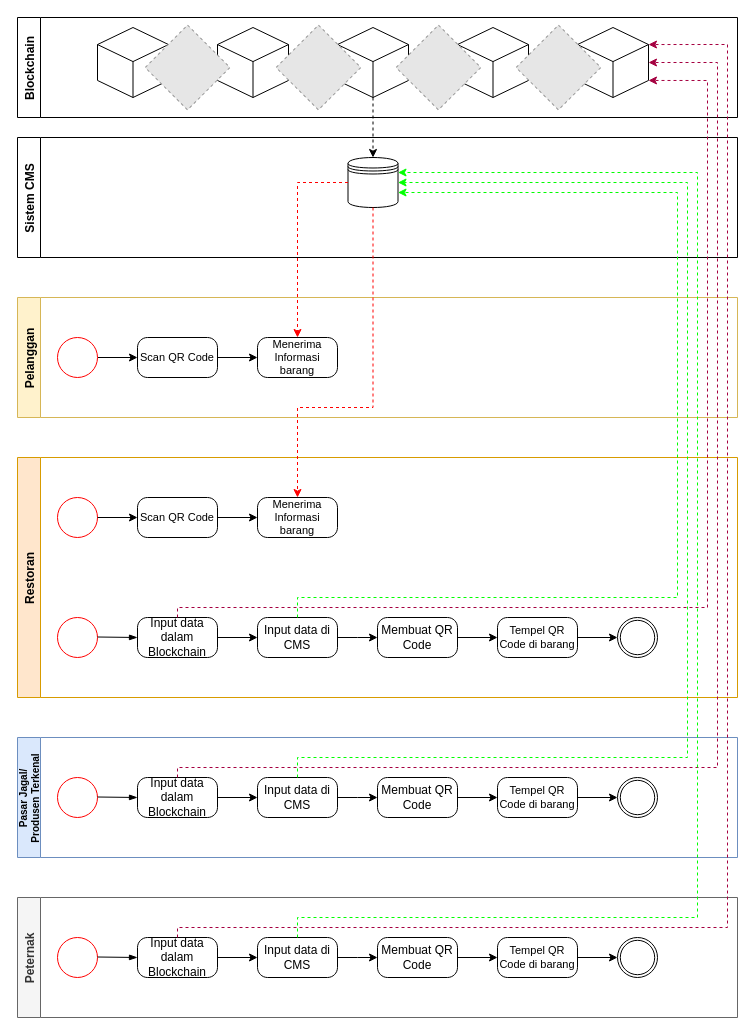
This is BPMN2_Ternak(No Fiesta).drawio from hanggaa/Diagram, a draw.io file, before an edit. Source tidied: cells renumbered, new cells numbered last; positions are measured from the earlier drawing's top-left corner, leaving out a move shared by most shapes. Both pictures are drawn from the tidied source at 100%, with x=0, y=0 at pixel (17, 17). Pictures stored in the file or linked from it are replaced by grey dashed boxes.
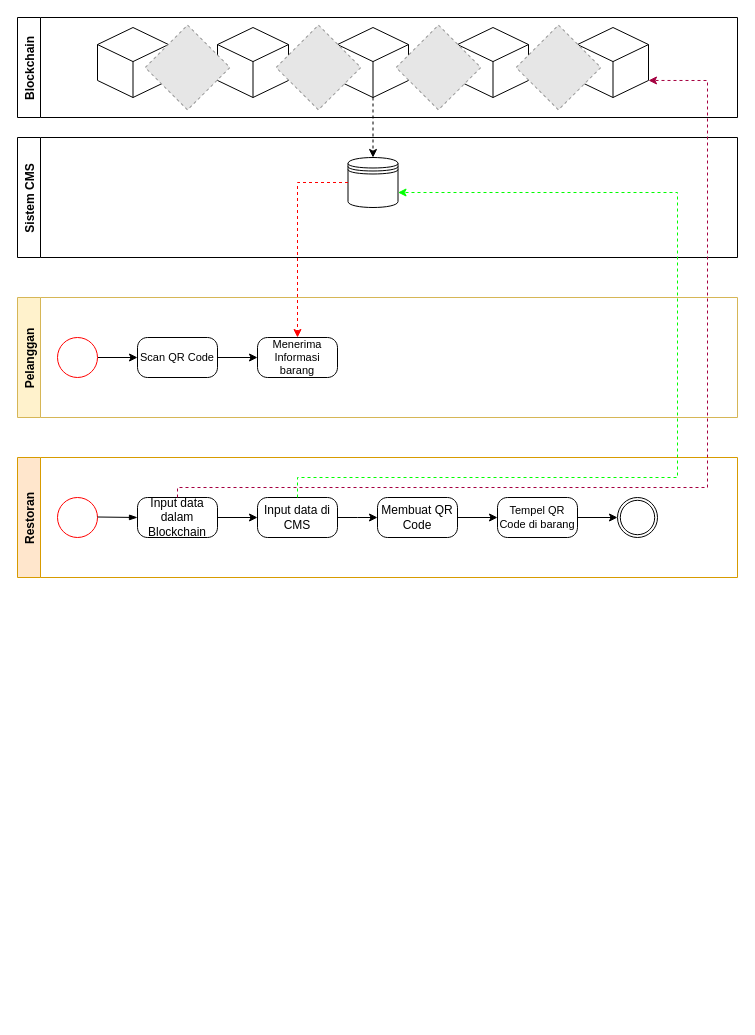
The same page after the edit.

Unchanged cells that the change refers to:
```xml
<mxCell id="32" style="shape=datastore;whiteSpace=wrap;html=1;labelPosition=center;verticalLabelPosition=bottom;align=center;verticalAlign=top;" parent="31" vertex="1">
  <mxGeometry x="330.5" y="20" width="50" height="50" as="geometry" />
</mxCell>
<mxCell id="38" style="html=1;whiteSpace=wrap;shape=isoCube2;backgroundOutline=1;isoAngle=15;" parent="33" vertex="1">
  <mxGeometry x="560" y="10" width="71" height="70" as="geometry" />
</mxCell>
```

What changed in the source:
```diff
@@
     <mxCell id="2" value="Restoran" style="swimlane;horizontal=0;startSize=23;fillColor=#ffe6cc;strokeColor=#d79b00;" parent="1" vertex="1">
-      <mxGeometry y="440" width="720" height="240" as="geometry" />
+      <mxGeometry y="440" width="720" height="120" as="geometry" />
     </mxCell>
     <mxCell id="3" style="ellipse;whiteSpace=wrap;html=1;strokeColor=#FF0000;" parent="2" vertex="1">
-      <mxGeometry x="40" y="160" width="40" height="40" as="geometry" />
+      <mxGeometry x="40" y="40" width="40" height="40" as="geometry" />
     </mxCell>
     <mxCell id="4" style="fontSize=12;html=1;endArrow=blockThin;endFill=1;rounded=0;entryX=0;entryY=0.5;entryDx=0;entryDy=0;entryPerimeter=0;" parent="2" edge="1">
       <mxGeometry relative="1" as="geometry">
-        <mxPoint x="80" y="179.5" as="sourcePoint" />
-        <mxPoint x="120" y="180" as="targetPoint" />
+        <mxPoint x="80" y="59.5" as="sourcePoint" />
+        <mxPoint x="120" y="60" as="targetPoint" />
       </mxGeometry>
     </mxCell>
     <mxCell id="5" value="Input data dalam Blockchain" style="points=[[0.25,0,0],[0.5,0,0],[0.75,0,0],[1,0.25,0],[1,0.5,0],[1,0.75,0],[0.75,1,0],[0.5,1,0],[0.25,1,0],[0,0.75,0],[0,0.5,0],[0,0.25,0]];shape=mxgraph.bpmn.task;whiteSpace=wrap;rectStyle=rounded;size=10;taskMarker=abstract;" parent="2" vertex="1">
-      <mxGeometry x="120" y="160" width="80" height="40" as="geometry" />
+      <mxGeometry x="120" y="40" width="80" height="40" as="geometry" />
     </mxCell>
     <mxCell id="6" style="edgeStyle=orthogonalEdgeStyle;rounded=0;jettySize=auto;html=1;exitX=1;exitY=0.5;exitDx=0;exitDy=0;exitPerimeter=0;entryX=0;entryY=0.5;entryDx=0;entryDy=0;entryPerimeter=0;" parent="2" edge="1" source="7">
       <mxGeometry relative="1" as="geometry">
-        <mxPoint x="360" y="180" as="targetPoint" />
+        <mxPoint x="360" y="60" as="targetPoint" />
       </mxGeometry>
     </mxCell>
     <mxCell id="7" value="Input data di CMS" style="points=[[0.25,0,0],[0.5,0,0],[0.75,0,0],[1,0.25,0],[1,0.5,0],[1,0.75,0],[0.75,1,0],[0.5,1,0],[0.25,1,0],[0,0.75,0],[0,0.5,0],[0,0.25,0]];shape=mxgraph.bpmn.task;whiteSpace=wrap;rectStyle=rounded;size=10;taskMarker=abstract;" parent="2" vertex="1">
-      <mxGeometry x="240" y="160" width="80" height="40" as="geometry" />
+      <mxGeometry x="240" y="40" width="80" height="40" as="geometry" />
     </mxCell>
@@
     <mxCell id="9" style="points=[[0.145,0.145,0],[0.5,0,0],[0.855,0.145,0],[1,0.5,0],[0.855,0.855,0],[0.5,1,0],[0.145,0.855,0],[0,0.5,0]];shape=mxgraph.bpmn.event;html=1;verticalLabelPosition=bottom;labelBackgroundColor=#ffffff;verticalAlign=top;align=center;perimeter=ellipsePerimeter;outlineConnect=0;outline=throwing;symbol=general;" parent="2" vertex="1">
-      <mxGeometry x="600" y="160" width="40" height="40" as="geometry" />
+      <mxGeometry x="600" y="40" width="40" height="40" as="geometry" />
     </mxCell>
     <mxCell id="10" value="Membuat QR Code" style="points=[[0.25,0,0],[0.5,0,0],[0.75,0,0],[1,0.25,0],[1,0.5,0],[1,0.75,0],[0.75,1,0],[0.5,1,0],[0.25,1,0],[0,0.75,0],[0,0.5,0],[0,0.25,0]];shape=mxgraph.bpmn.task;whiteSpace=wrap;rectStyle=rounded;size=10;taskMarker=abstract;" parent="2" vertex="1">
-      <mxGeometry x="360" y="160" width="80" height="40" as="geometry" />
+      <mxGeometry x="360" y="40" width="80" height="40" as="geometry" />
     </mxCell>
@@
     <mxCell id="12" value="Tempel QR Code di barang" style="points=[[0.25,0,0],[0.5,0,0],[0.75,0,0],[1,0.25,0],[1,0.5,0],[1,0.75,0],[0.75,1,0],[0.5,1,0],[0.25,1,0],[0,0.75,0],[0,0.5,0],[0,0.25,0]];shape=mxgraph.bpmn.task;whiteSpace=wrap;rectStyle=rounded;size=10;taskMarker=abstract;fontSize=11;" parent="2" vertex="1">
-      <mxGeometry x="480" y="160" width="80" height="40" as="geometry" />
+      <mxGeometry x="480" y="40" width="80" height="40" as="geometry" />
     </mxCell>
@@
-    <mxCell id="14" style="ellipse;whiteSpace=wrap;html=1;strokeColor=#FF0000;" parent="2" vertex="1">
-      <mxGeometry x="40" y="40" width="40" height="40" as="geometry" />
-    </mxCell>
-    <mxCell id="15" value="Scan QR Code" style="points=[[0.25,0,0],[0.5,0,0],[0.75,0,0],[1,0.25,0],[1,0.5,0],[1,0.75,0],[0.75,1,0],[0.5,1,0],[0.25,1,0],[0,0.75,0],[0,0.5,0],[0,0.25,0]];shape=mxgraph.bpmn.task;whiteSpace=wrap;rectStyle=rounded;size=10;taskMarker=abstract;fontSize=11;" parent="2" vertex="1">
-      <mxGeometry x="120" y="40" width="80" height="40" as="geometry" />
-    </mxCell>
-    <mxCell id="16" style="edgeStyle=orthogonalEdgeStyle;rounded=0;jettySize=auto;html=1;exitX=1;exitY=0.5;exitDx=0;exitDy=0;entryX=0;entryY=0.5;entryDx=0;entryDy=0;entryPerimeter=0;fontSize=11;" parent="2" edge="1" source="14" target="15">
-      <mxGeometry relative="1" as="geometry" />
-    </mxCell>
-    <mxCell id="17" value="Menerima Informasi barang" style="points=[[0.25,0,0],[0.5,0,0],[0.75,0,0],[1,0.25,0],[1,0.5,0],[1,0.75,0],[0.75,1,0],[0.5,1,0],[0.25,1,0],[0,0.75,0],[0,0.5,0],[0,0.25,0]];shape=mxgraph.bpmn.task;whiteSpace=wrap;rectStyle=rounded;size=10;taskMarker=abstract;fontSize=11;" parent="2" vertex="1">
-      <mxGeometry x="240" y="40" width="80" height="40" as="geometry" />
-    </mxCell>
-    <mxCell id="18" style="edgeStyle=orthogonalEdgeStyle;rounded=0;jettySize=auto;html=1;exitX=1;exitY=0.5;exitDx=0;exitDy=0;exitPerimeter=0;entryX=0;entryY=0.5;entryDx=0;entryDy=0;entryPerimeter=0;fontSize=11;" parent="2" edge="1" source="15" target="17">
-      <mxGeometry relative="1" as="geometry" />
-    </mxCell>
-    <mxCell id="19" value="Peternak" style="swimlane;horizontal=0;startSize=23;fillColor=#f5f5f5;fontColor=#333333;strokeColor=#666666;" parent="1" vertex="1">
-      <mxGeometry y="880" width="720" height="120" as="geometry" />
-    </mxCell>
-    <mxCell id="20" style="ellipse;whiteSpace=wrap;html=1;strokeColor=#FF0000;" parent="19" vertex="1">
-      <mxGeometry x="40" y="40" width="40" height="40" as="geometry" />
-    </mxCell>
-    <mxCell id="21" style="fontSize=12;html=1;endArrow=blockThin;endFill=1;rounded=0;entryX=0;entryY=0.5;entryDx=0;entryDy=0;entryPerimeter=0;" parent="19" edge="1">
-      <mxGeometry relative="1" as="geometry">
-        <mxPoint x="80" y="59.5" as="sourcePoint" />
-        <mxPoint x="120" y="60" as="targetPoint" />
-      </mxGeometry>
-    </mxCell>
-    <mxCell id="22" style="edgeStyle=orthogonalEdgeStyle;rounded=0;jettySize=auto;html=1;exitX=1;exitY=0.5;exitDx=0;exitDy=0;exitPerimeter=0;entryX=0;entryY=0.5;entryDx=0;entryDy=0;entryPerimeter=0;" parent="19" edge="1" source="23" target="25">
-      <mxGeometry relative="1" as="geometry" />
-    </mxCell>
-    <mxCell id="23" value="Input data dalam Blockchain" style="points=[[0.25,0,0],[0.5,0,0],[0.75,0,0],[1,0.25,0],[1,0.5,0],[1,0.75,0],[0.75,1,0],[0.5,1,0],[0.25,1,0],[0,0.75,0],[0,0.5,0],[0,0.25,0]];shape=mxgraph.bpmn.task;whiteSpace=wrap;rectStyle=rounded;size=10;taskMarker=abstract;" parent="19" vertex="1">
-      <mxGeometry x="120" y="40" width="80" height="40" as="geometry" />
-    </mxCell>
-    <mxCell id="24" style="edgeStyle=orthogonalEdgeStyle;rounded=0;jettySize=auto;html=1;exitX=1;exitY=0.5;exitDx=0;exitDy=0;exitPerimeter=0;entryX=0;entryY=0.5;entryDx=0;entryDy=0;entryPerimeter=0;" parent="19" edge="1" source="25">
-      <mxGeometry relative="1" as="geometry">
-        <mxPoint x="360" y="60" as="targetPoint" />
-      </mxGeometry>
-    </mxCell>
-    <mxCell id="25" value="Input data di CMS" style="points=[[0.25,0,0],[0.5,0,0],[0.75,0,0],[1,0.25,0],[1,0.5,0],[1,0.75,0],[0.75,1,0],[0.5,1,0],[0.25,1,0],[0,0.75,0],[0,0.5,0],[0,0.25,0]];shape=mxgraph.bpmn.task;whiteSpace=wrap;rectStyle=rounded;size=10;taskMarker=abstract;" parent="19" vertex="1">
-      <mxGeometry x="240" y="40" width="80" height="40" as="geometry" />
-    </mxCell>
-    <mxCell id="26" style="points=[[0.145,0.145,0],[0.5,0,0],[0.855,0.145,0],[1,0.5,0],[0.855,0.855,0],[0.5,1,0],[0.145,0.855,0],[0,0.5,0]];shape=mxgraph.bpmn.event;html=1;verticalLabelPosition=bottom;labelBackgroundColor=#ffffff;verticalAlign=top;align=center;perimeter=ellipsePerimeter;outlineConnect=0;outline=throwing;symbol=general;" parent="19" vertex="1">
-      <mxGeometry x="600" y="40" width="40" height="40" as="geometry" />
-    </mxCell>
-    <mxCell id="27" style="edgeStyle=orthogonalEdgeStyle;rounded=0;jettySize=auto;html=1;exitX=1;exitY=0.5;exitDx=0;exitDy=0;exitPerimeter=0;entryX=0;entryY=0.5;entryDx=0;entryDy=0;entryPerimeter=0;fontSize=11;" parent="19" edge="1" source="28" target="30">
-      <mxGeometry relative="1" as="geometry" />
-    </mxCell>
-    <mxCell id="28" value="Membuat QR Code" style="points=[[0.25,0,0],[0.5,0,0],[0.75,0,0],[1,0.25,0],[1,0.5,0],[1,0.75,0],[0.75,1,0],[0.5,1,0],[0.25,1,0],[0,0.75,0],[0,0.5,0],[0,0.25,0]];shape=mxgraph.bpmn.task;whiteSpace=wrap;rectStyle=rounded;size=10;taskMarker=abstract;" parent="19" vertex="1">
-      <mxGeometry x="360" y="40" width="80" height="40" as="geometry" />
-    </mxCell>
-    <mxCell id="29" style="edgeStyle=orthogonalEdgeStyle;rounded=0;jettySize=auto;html=1;exitX=1;exitY=0.5;exitDx=0;exitDy=0;exitPerimeter=0;entryX=0;entryY=0.5;entryDx=0;entryDy=0;entryPerimeter=0;fontSize=11;" parent="19" edge="1" source="30" target="26">
-      <mxGeometry relative="1" as="geometry" />
-    </mxCell>
-    <mxCell id="30" value="Tempel QR Code di barang" style="points=[[0.25,0,0],[0.5,0,0],[0.75,0,0],[1,0.25,0],[1,0.5,0],[1,0.75,0],[0.75,1,0],[0.5,1,0],[0.25,1,0],[0,0.75,0],[0,0.5,0],[0,0.25,0]];shape=mxgraph.bpmn.task;whiteSpace=wrap;rectStyle=rounded;size=10;taskMarker=abstract;fontSize=11;" parent="19" vertex="1">
-      <mxGeometry x="480" y="40" width="80" height="40" as="geometry" />
-    </mxCell>
@@
-    <mxCell id="50" value="Pasar Jagal/&#10;Produsen Terkenal" style="swimlane;horizontal=0;fillColor=#dae8fc;strokeColor=#6c8ebf;startSize=23;fontSize=10;" parent="1" vertex="1">
-      <mxGeometry y="720" width="720" height="120" as="geometry" />
-    </mxCell>
-    <mxCell id="51" style="ellipse;whiteSpace=wrap;html=1;strokeColor=#FF0000;" parent="50" vertex="1">
-      <mxGeometry x="40" y="40" width="40" height="40" as="geometry" />
-    </mxCell>
-    <mxCell id="52" style="fontSize=12;html=1;endArrow=blockThin;endFill=1;rounded=0;entryX=0;entryY=0.5;entryDx=0;entryDy=0;entryPerimeter=0;" parent="50" edge="1">
-      <mxGeometry relative="1" as="geometry">
-        <mxPoint x="80" y="59.5" as="sourcePoint" />
-        <mxPoint x="120" y="60" as="targetPoint" />
-      </mxGeometry>
-    </mxCell>
-    <mxCell id="53" value="Input data dalam Blockchain" style="points=[[0.25,0,0],[0.5,0,0],[0.75,0,0],[1,0.25,0],[1,0.5,0],[1,0.75,0],[0.75,1,0],[0.5,1,0],[0.25,1,0],[0,0.75,0],[0,0.5,0],[0,0.25,0]];shape=mxgraph.bpmn.task;whiteSpace=wrap;rectStyle=rounded;size=10;taskMarker=abstract;" parent="50" vertex="1">
-      <mxGeometry x="120" y="40" width="80" height="40" as="geometry" />
-    </mxCell>
-    <mxCell id="54" style="edgeStyle=orthogonalEdgeStyle;rounded=0;jettySize=auto;html=1;exitX=1;exitY=0.5;exitDx=0;exitDy=0;exitPerimeter=0;entryX=0;entryY=0.5;entryDx=0;entryDy=0;entryPerimeter=0;" parent="50" edge="1" source="55">
-      <mxGeometry relative="1" as="geometry">
-        <mxPoint x="360" y="60" as="targetPoint" />
-      </mxGeometry>
-    </mxCell>
-    <mxCell id="55" value="Input data di CMS" style="points=[[0.25,0,0],[0.5,0,0],[0.75,0,0],[1,0.25,0],[1,0.5,0],[1,0.75,0],[0.75,1,0],[0.5,1,0],[0.25,1,0],[0,0.75,0],[0,0.5,0],[0,0.25,0]];shape=mxgraph.bpmn.task;whiteSpace=wrap;rectStyle=rounded;size=10;taskMarker=abstract;" parent="50" vertex="1">
-      <mxGeometry x="240" y="40" width="80" height="40" as="geometry" />
-    </mxCell>
-    <mxCell id="56" style="edgeStyle=orthogonalEdgeStyle;rounded=0;jettySize=auto;html=1;exitX=1;exitY=0.5;exitDx=0;exitDy=0;exitPerimeter=0;entryX=0;entryY=0.5;entryDx=0;entryDy=0;entryPerimeter=0;" parent="50" edge="1" source="53" target="55">
-      <mxGeometry relative="1" as="geometry" />
-    </mxCell>
-    <mxCell id="57" style="points=[[0.145,0.145,0],[0.5,0,0],[0.855,0.145,0],[1,0.5,0],[0.855,0.855,0],[0.5,1,0],[0.145,0.855,0],[0,0.5,0]];shape=mxgraph.bpmn.event;html=1;verticalLabelPosition=bottom;labelBackgroundColor=#ffffff;verticalAlign=top;align=center;perimeter=ellipsePerimeter;outlineConnect=0;outline=throwing;symbol=general;" parent="50" vertex="1">
-      <mxGeometry x="600" y="40" width="40" height="40" as="geometry" />
-    </mxCell>
-    <mxCell id="58" value="Membuat QR Code" style="points=[[0.25,0,0],[0.5,0,0],[0.75,0,0],[1,0.25,0],[1,0.5,0],[1,0.75,0],[0.75,1,0],[0.5,1,0],[0.25,1,0],[0,0.75,0],[0,0.5,0],[0,0.25,0]];shape=mxgraph.bpmn.task;whiteSpace=wrap;rectStyle=rounded;size=10;taskMarker=abstract;" parent="50" vertex="1">
-      <mxGeometry x="360" y="40" width="80" height="40" as="geometry" />
-    </mxCell>
-    <mxCell id="59" style="edgeStyle=orthogonalEdgeStyle;rounded=0;jettySize=auto;html=1;exitX=1;exitY=0.5;exitDx=0;exitDy=0;exitPerimeter=0;entryX=0;entryY=0.5;entryDx=0;entryDy=0;entryPerimeter=0;fontSize=11;" parent="50" edge="1" source="60" target="57">
-      <mxGeometry relative="1" as="geometry" />
-    </mxCell>
-    <mxCell id="60" value="Tempel QR Code di barang" style="points=[[0.25,0,0],[0.5,0,0],[0.75,0,0],[1,0.25,0],[1,0.5,0],[1,0.75,0],[0.75,1,0],[0.5,1,0],[0.25,1,0],[0,0.75,0],[0,0.5,0],[0,0.25,0]];shape=mxgraph.bpmn.task;whiteSpace=wrap;rectStyle=rounded;size=10;taskMarker=abstract;fontSize=11;" parent="50" vertex="1">
-      <mxGeometry x="480" y="40" width="80" height="40" as="geometry" />
-    </mxCell>
-    <mxCell id="61" style="edgeStyle=orthogonalEdgeStyle;rounded=0;jettySize=auto;html=1;exitX=1;exitY=0.5;exitDx=0;exitDy=0;exitPerimeter=0;entryX=0;entryY=0.5;entryDx=0;entryDy=0;entryPerimeter=0;fontSize=11;" parent="50" edge="1" source="58" target="60">
-      <mxGeometry relative="1" as="geometry" />
-    </mxCell>
-    <mxCell id="62" style="edgeStyle=orthogonalEdgeStyle;rounded=0;jettySize=auto;html=1;exitX=0.5;exitY=0;exitDx=0;exitDy=0;exitPerimeter=0;entryX=0;entryY=0;entryDx=71;entryDy=17.045591894688236;entryPerimeter=0;fillColor=#d80073;strokeColor=#A50040;dashed=1;" parent="1" edge="1" source="23" target="38">
-      <mxGeometry relative="1" as="geometry">
-        <Array as="points">
-          <mxPoint x="160" y="910" />
-          <mxPoint x="710" y="910" />
-          <mxPoint x="710" y="27" />
-        </Array>
-      </mxGeometry>
-    </mxCell>
-    <mxCell id="63" style="edgeStyle=orthogonalEdgeStyle;rounded=0;jettySize=auto;html=1;exitX=0.5;exitY=0;exitDx=0;exitDy=0;exitPerimeter=0;entryX=1;entryY=0.5;entryDx=0;entryDy=0;entryPerimeter=0;fillColor=#d80073;strokeColor=#A50040;dashed=1;" parent="1" edge="1" source="53" target="38">
-      <mxGeometry relative="1" as="geometry">
-        <Array as="points">
-          <mxPoint x="160" y="750" />
-          <mxPoint x="700" y="750" />
-          <mxPoint x="700" y="45" />
-        </Array>
-      </mxGeometry>
-    </mxCell>
     <mxCell id="64" style="edgeStyle=orthogonalEdgeStyle;rounded=0;jettySize=auto;html=1;exitX=0.5;exitY=0;exitDx=0;exitDy=0;exitPerimeter=0;entryX=0;entryY=0;entryDx=71;entryDy=52.954408105311764;entryPerimeter=0;fillColor=#d80073;strokeColor=#A50040;dashed=1;" parent="1" edge="1" source="5" target="38">
       <mxGeometry relative="1" as="geometry">
         <Array as="points">
-          <mxPoint x="160" y="590" />
-          <mxPoint x="690" y="590" />
+          <mxPoint x="160" y="470" />
+          <mxPoint x="690" y="470" />
           <mxPoint x="690" y="63" />
         </Array>
       </mxGeometry>
     </mxCell>
-    <mxCell id="65" style="edgeStyle=orthogonalEdgeStyle;rounded=0;jettySize=auto;html=1;exitX=0.5;exitY=0;exitDx=0;exitDy=0;exitPerimeter=0;entryX=1;entryY=0.3;entryDx=0;entryDy=0;fillColor=#f0a30a;strokeColor=#00FF00;dashed=1;" parent="1" edge="1" source="25" target="32">
-      <mxGeometry relative="1" as="geometry">
-        <Array as="points">
-          <mxPoint x="280" y="900" />
-          <mxPoint x="680" y="900" />
-          <mxPoint x="680" y="155" />
-        </Array>
-      </mxGeometry>
-    </mxCell>
-    <mxCell id="66" style="edgeStyle=orthogonalEdgeStyle;rounded=0;jettySize=auto;html=1;exitX=0.5;exitY=0;exitDx=0;exitDy=0;exitPerimeter=0;entryX=1;entryY=0.5;entryDx=0;entryDy=0;fillColor=#ffff88;strokeColor=#00FF00;dashed=1;" parent="1" edge="1" source="55" target="32">
-      <mxGeometry relative="1" as="geometry">
-        <Array as="points">
-          <mxPoint x="280" y="740" />
-          <mxPoint x="670" y="740" />
-          <mxPoint x="670" y="165" />
-        </Array>
-      </mxGeometry>
-    </mxCell>
     <mxCell id="67" style="edgeStyle=orthogonalEdgeStyle;rounded=0;jettySize=auto;html=1;exitX=0.5;exitY=0;exitDx=0;exitDy=0;exitPerimeter=0;entryX=1;entryY=0.7;entryDx=0;entryDy=0;fillColor=#fff2cc;strokeColor=#00FF00;dashed=1;" parent="1" edge="1" source="7" target="32">
       <mxGeometry relative="1" as="geometry">
         <Array as="points">
-          <mxPoint x="280" y="580" />
-          <mxPoint x="660" y="580" />
+          <mxPoint x="280" y="460" />
+          <mxPoint x="660" y="460" />
           <mxPoint x="660" y="175" />
         </Array>
       </mxGeometry>
     </mxCell>
@@
-    <mxCell id="69" style="edgeStyle=orthogonalEdgeStyle;rounded=0;jettySize=auto;html=1;exitX=0.5;exitY=1;exitDx=0;exitDy=0;entryX=0.5;entryY=0;entryDx=0;entryDy=0;entryPerimeter=0;fillColor=#ffe6cc;strokeColor=#FF0000;dashed=1;" parent="1" edge="1" source="32" target="17">
-      <mxGeometry relative="1" as="geometry">
-        <Array as="points">
-          <mxPoint x="356" y="390" />
-          <mxPoint x="280" y="390" />
-        </Array>
-      </mxGeometry>
-    </mxCell>
```
